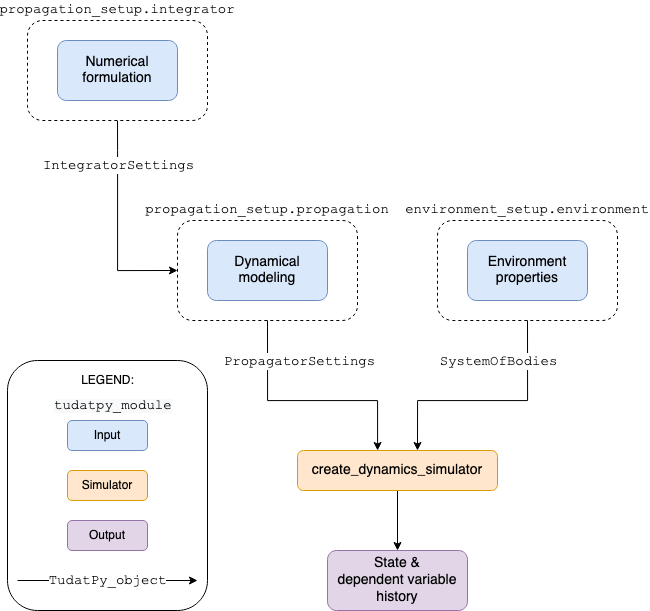
The draw.io diagram docs/source/_src_user_guide/_static/tudatpy_high_level.png in tudat-team/tudat-space, before a commit. Source tidied: cells renumbered, new cells last; positions are measured from the earlier drawing's top-left corner, leaving out a move shared by most shapes.
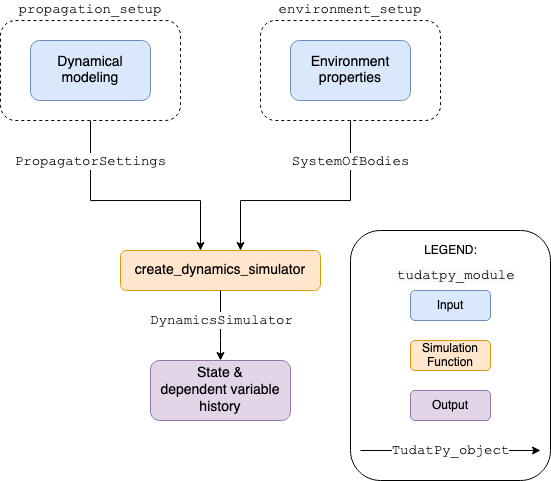
The same diagram one commit later.

Diff of the diagram source:
```diff
@@ -2,30 +2,14 @@
   <root>
     <mxCell id="0" />
     <mxCell id="1" parent="0" />
-    <mxCell id="2" style="edgeStyle=orthogonalEdgeStyle;rounded=0;jettySize=auto;html=1;entryX=0;entryY=0.5;entryDx=0;entryDy=0;exitX=0.5;exitY=1;exitDx=0;exitDy=0;" parent="1" edge="1" source="4" target="6">
-      <mxGeometry relative="1" as="geometry">
-        <Array as="points">
-          <mxPoint x="110" y="130" />
-          <mxPoint x="110" y="250" />
-        </Array>
-      </mxGeometry>
-    </mxCell>
-    <mxCell id="3" value="IntegratorSettings" style="edgeLabel;html=1;align=center;verticalAlign=middle;fontFamily=Courier New;fontSize=14;" parent="2" vertex="1">
-      <mxGeometry x="-0.2" relative="1" as="geometry">
-        <mxPoint y="-40" as="offset" />
-      </mxGeometry>
-    </mxCell>
-    <mxCell id="4" value="&lt;font face=&quot;Courier New&quot; style=&quot;font-size: 14px&quot;&gt;propagation_setup.integrator&lt;/font&gt;" style="rounded=1;whiteSpace=wrap;html=1;dashed=1;labelPosition=center;verticalLabelPosition=top;align=center;verticalAlign=bottom;" parent="1" vertex="1">
-      <mxGeometry x="20" width="180" height="100" as="geometry" />
-    </mxCell>
-    <mxCell id="5" value="&lt;font style=&quot;font-size: 14px&quot; face=&quot;Courier New&quot;&gt;environment_setup.environment&lt;br&gt;&lt;/font&gt;" style="rounded=1;whiteSpace=wrap;html=1;dashed=1;labelPosition=center;verticalLabelPosition=top;align=center;verticalAlign=bottom;" parent="1" vertex="1">
+    <mxCell id="5" value="&lt;font style=&quot;font-size: 14px&quot; face=&quot;Courier New&quot;&gt;environment_setup&lt;/font&gt;" style="rounded=1;whiteSpace=wrap;html=1;dashed=1;labelPosition=center;verticalLabelPosition=top;align=center;verticalAlign=bottom;" parent="1" vertex="1">
       <mxGeometry x="430" y="200" width="180" height="100" as="geometry" />
     </mxCell>
-    <mxCell id="6" value="&lt;font style=&quot;font-size: 14px&quot; face=&quot;Courier New&quot;&gt;propagation_setup.propagation&lt;br&gt;&lt;/font&gt;" style="rounded=1;whiteSpace=wrap;html=1;dashed=1;labelPosition=center;verticalLabelPosition=top;align=center;verticalAlign=bottom;" parent="1" vertex="1">
+    <mxCell id="6" value="&lt;div&gt;&lt;font style=&quot;font-size: 14px&quot; face=&quot;Courier New&quot;&gt;propagation_setup&lt;/font&gt;&lt;/div&gt;" style="rounded=1;whiteSpace=wrap;html=1;dashed=1;labelPosition=center;verticalLabelPosition=top;align=center;verticalAlign=bottom;" parent="1" vertex="1">
       <mxGeometry x="170" y="200" width="180" height="100" as="geometry" />
     </mxCell>
     <mxCell id="7" style="rounded=1;whiteSpace=wrap;html=1;labelPosition=left;verticalLabelPosition=top;align=right;verticalAlign=bottom;" parent="1" vertex="1">
-      <mxGeometry y="340" width="200" height="250" as="geometry" />
+      <mxGeometry x="520" y="410" width="200" height="250" as="geometry" />
     </mxCell>
     <mxCell id="8" style="edgeStyle=orthogonalEdgeStyle;rounded=0;jettySize=auto;html=1;entryX=0.6;entryY=0;entryDx=0;entryDy=0;entryPerimeter=0;" parent="1" edge="1" target="12">
       <mxGeometry relative="1" as="geometry">
@@ -39,21 +23,15 @@
     </mxCell>
     <mxCell id="9" value="&lt;font face=&quot;Courier New&quot; style=&quot;font-size: 14px;&quot;&gt;SystemOfBodies&lt;/font&gt;" style="edgeLabel;html=1;align=center;verticalAlign=middle;labelBorderColor=none;fontSize=14;" parent="8" vertex="1">
       <mxGeometry x="-0.14" y="1" relative="1" as="geometry">
-        <mxPoint x="-7" y="-41" as="offset" />
+        <mxPoint x="22" y="-41" as="offset" />
       </mxGeometry>
     </mxCell>
     <mxCell id="10" value="&lt;font style=&quot;font-size: 14px&quot;&gt;Environment&lt;br&gt;properties&lt;/font&gt;" style="rounded=1;whiteSpace=wrap;html=1;fillColor=#dae8fc;strokeColor=#6c8ebf;" parent="1" vertex="1">
       <mxGeometry x="460" y="220" width="120" height="60" as="geometry" />
     </mxCell>
-    <mxCell id="11" style="edgeStyle=orthogonalEdgeStyle;rounded=0;jettySize=auto;html=1;entryX=0.5;entryY=0;entryDx=0;entryDy=0;" parent="1" edge="1" source="12" target="17">
-      <mxGeometry relative="1" as="geometry" />
-    </mxCell>
     <mxCell id="12" value="&lt;div&gt;&lt;font style=&quot;font-size: 14px;&quot;&gt;create&lt;/font&gt;&lt;font style=&quot;font-size: 14px;&quot;&gt;_dynamics_simulator&lt;/font&gt;&lt;/div&gt;" style="rounded=1;whiteSpace=wrap;html=1;fillColor=#ffe6cc;strokeColor=#d79b00;" parent="1" vertex="1">
       <mxGeometry x="290" y="430" width="200" height="40" as="geometry" />
     </mxCell>
-    <mxCell id="13" value="&lt;font style=&quot;font-size: 14px&quot;&gt;Numerical&lt;br&gt;formulation&lt;/font&gt;" style="rounded=1;whiteSpace=wrap;html=1;fillColor=#dae8fc;strokeColor=#6c8ebf;" parent="1" vertex="1">
-      <mxGeometry x="50" y="20" width="120" height="60" as="geometry" />
-    </mxCell>
     <mxCell id="14" style="edgeStyle=orthogonalEdgeStyle;rounded=0;jettySize=auto;html=1;exitX=0.5;exitY=1;exitDx=0;exitDy=0;" parent="1" edge="1" source="6" target="12">
       <mxGeometry relative="1" as="geometry">
         <Array as="points">
@@ -64,36 +42,49 @@
     </mxCell>
     <mxCell id="15" value="&lt;font face=&quot;Courier New&quot; style=&quot;font-size: 14px;&quot;&gt;PropagatorSettings&lt;/font&gt;" style="edgeLabel;html=1;align=center;verticalAlign=middle;fontSize=14;" parent="14" vertex="1">
       <mxGeometry x="0.31" y="-1" relative="1" as="geometry">
-        <mxPoint x="-47" y="-41" as="offset" />
+        <mxPoint x="-78" y="-41" as="offset" />
       </mxGeometry>
     </mxCell>
     <mxCell id="16" value="&lt;font style=&quot;font-size: 14px&quot;&gt;Dynamical&lt;br&gt;modeling&lt;/font&gt;" style="rounded=1;whiteSpace=wrap;html=1;fillColor=#dae8fc;strokeColor=#6c8ebf;" parent="1" vertex="1">
       <mxGeometry x="200" y="220" width="120" height="60" as="geometry" />
     </mxCell>
     <mxCell id="17" value="&lt;font style=&quot;font-size: 14px&quot;&gt;State &amp;amp;&lt;br&gt;dependent variable&lt;br&gt;history&lt;br&gt;&lt;/font&gt;" style="rounded=1;whiteSpace=wrap;html=1;fillColor=#e1d5e7;strokeColor=#9673a6;" parent="1" vertex="1">
-      <mxGeometry x="320" y="530" width="140" height="60" as="geometry" />
+      <mxGeometry x="320" y="540" width="140" height="60" as="geometry" />
     </mxCell>
     <mxCell id="18" value="Input" style="rounded=1;whiteSpace=wrap;html=1;fillColor=#dae8fc;strokeColor=#6c8ebf;" parent="1" vertex="1">
-      <mxGeometry x="60" y="400" width="80" height="30" as="geometry" />
+      <mxGeometry x="580" y="470" width="80" height="30" as="geometry" />
     </mxCell>
     <mxCell id="19" value="LEGEND:" style="text;html=1;align=center;verticalAlign=middle;strokeColor=none;fillColor=none;" parent="1" vertex="1">
-      <mxGeometry x="65" y="350" width="70" height="20" as="geometry" />
+      <mxGeometry x="585" y="420" width="70" height="20" as="geometry" />
     </mxCell>
     <mxCell id="20" value="Output" style="rounded=1;whiteSpace=wrap;html=1;fillColor=#e1d5e7;strokeColor=#9673a6;" parent="1" vertex="1">
-      <mxGeometry x="60" y="500" width="80" height="30" as="geometry" />
+      <mxGeometry x="580" y="570" width="80" height="30" as="geometry" />
     </mxCell>
-    <mxCell id="21" value="Simulator" style="rounded=1;whiteSpace=wrap;html=1;fillColor=#ffe6cc;strokeColor=#d79b00;" parent="1" vertex="1">
-      <mxGeometry x="60" y="450" width="80" height="30" as="geometry" />
+    <mxCell id="21" value="Simulation Function" style="rounded=1;whiteSpace=wrap;html=1;fillColor=#ffe6cc;strokeColor=#d79b00;" parent="1" vertex="1">
+      <mxGeometry x="580" y="520" width="80" height="30" as="geometry" />
     </mxCell>
     <mxCell id="22" value="&lt;font face=&quot;Courier New&quot; style=&quot;font-size: 14px&quot;&gt;TudatPy_object&lt;/font&gt;" style="edgeStyle=orthogonalEdgeStyle;rounded=0;orthogonalLoop=1;jettySize=auto;html=1;" parent="1" edge="1">
       <mxGeometry relative="1" as="geometry">
-        <mxPoint x="10" y="560" as="sourcePoint" />
-        <mxPoint x="190" y="560" as="targetPoint" />
+        <mxPoint x="530" y="630" as="sourcePoint" />
+        <mxPoint x="710" y="630" as="targetPoint" />
         <mxPoint x="-1" as="offset" />
       </mxGeometry>
     </mxCell>
     <mxCell id="23" value="&lt;span style=&quot;color: rgb(0 , 0 , 0) ; font-family: &amp;#34;courier new&amp;#34; ; font-style: normal ; font-weight: normal ; letter-spacing: normal ; text-align: center ; text-indent: 0px ; text-transform: none ; word-spacing: 0px ; background-color: rgb(248 , 249 , 250) ; text-decoration: none ; display: inline ; float: none&quot;&gt;&lt;font style=&quot;font-size: 14px&quot;&gt;tudatpy_module&lt;/font&gt;&lt;/span&gt;" style="text;whiteSpace=wrap;html=1;fontFamily=Courier New;" parent="1" vertex="1">
-      <mxGeometry x="45" y="370" width="110" height="30" as="geometry" />
+      <mxGeometry x="565" y="440" width="110" height="30" as="geometry" />
     </mxCell>
+    <mxCell id="11" style="edgeStyle=orthogonalEdgeStyle;rounded=0;jettySize=auto;html=1;exitX=0.5;exitY=1;exitDx=0;exitDy=0;entryX=0.5;entryY=0;entryDx=0;entryDy=0;" parent="1" edge="1" source="12" target="17">
+      <mxGeometry relative="1" as="geometry">
+        <Array as="points">
+          <mxPoint x="390" y="520" />
+          <mxPoint x="390" y="520" />
+        </Array>
+      </mxGeometry>
+    </mxCell>
+    <mxCell id="24" value="&lt;font face=&quot;Courier New&quot;&gt;DynamicsSimulator&lt;/font&gt;" style="edgeLabel;html=1;align=center;verticalAlign=middle;fontSize=14;" parent="11" vertex="1">
+      <mxGeometry x="0.31" y="-1" relative="1" as="geometry">
+        <mxPoint x="1" y="-16" as="offset" />
+      </mxGeometry>
+    </mxCell>
   </root>
 </mxGraphModel>
```
